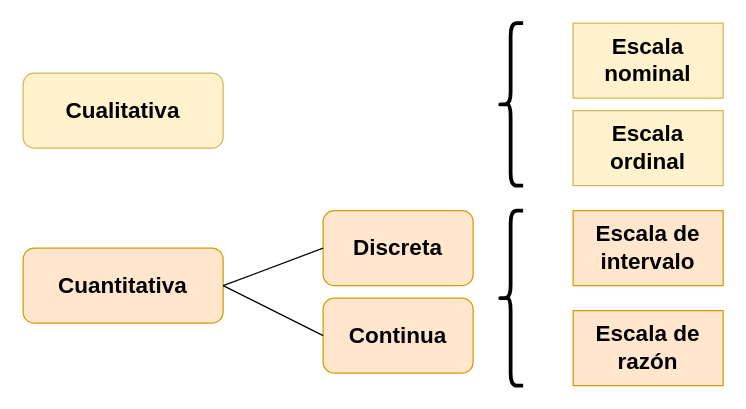
dgonxalex80/metodosySIM1 keeps this draw.io diagram as docs/img/escalas.drawio. Above is the earlier version. Source tidied: cells renumbered, new cells numbered last; positions are measured from the earlier drawing's top-left corner, leaving out a move shared by most shapes. Both pictures are drawn from the tidied source at 125%, with x=0, y=0 at pixel (22, 22).
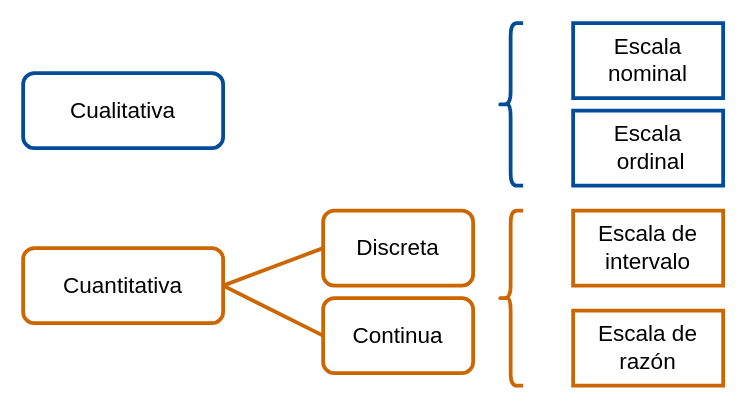
The same page after the edit.

Change to the diagram source:
```diff
@@
 <mxGraphModel>
   <root>
     <mxCell id="0" />
     <mxCell id="1" parent="0" />
-    <mxCell id="2" value="Cualitativa" style="rounded=1;whiteSpace=wrap;html=1;labelBackgroundColor=none;fontFamily=Helvetica;fontSize=18;fillColor=#fff2cc;strokeColor=#d6b656;fontStyle=1;" parent="1" vertex="1">
+    <mxCell id="2" value="Cualitativa" style="rounded=1;whiteSpace=wrap;html=1;labelBackgroundColor=none;fontFamily=Helvetica;fontSize=18;fillColor=none;strokeColor=#004C99;fontStyle=0;strokeWidth=3;" parent="1" vertex="1">
       <mxGeometry y="40" width="160" height="60" as="geometry" />
     </mxCell>
-    <mxCell id="3" value="Cuantitativa" style="rounded=1;whiteSpace=wrap;html=1;labelBackgroundColor=none;fontFamily=Helvetica;fontSize=18;fillColor=#ffe6cc;strokeColor=#d79b00;fontStyle=1;" parent="1" vertex="1">
+    <mxCell id="3" value="Cuantitativa" style="rounded=1;whiteSpace=wrap;html=1;labelBackgroundColor=none;fontFamily=Helvetica;fontSize=18;fillColor=none;strokeColor=#CC6600;fontStyle=0;strokeWidth=3;" parent="1" vertex="1">
       <mxGeometry y="180" width="160" height="60" as="geometry" />
     </mxCell>
-    <mxCell id="4" value="Discreta" style="rounded=1;whiteSpace=wrap;html=1;labelBackgroundColor=none;fontFamily=Helvetica;fontSize=18;fillColor=#ffe6cc;strokeColor=#d79b00;fontStyle=1;" parent="1" vertex="1">
+    <mxCell id="4" value="Discreta" style="rounded=1;whiteSpace=wrap;html=1;labelBackgroundColor=none;fontFamily=Helvetica;fontSize=18;fillColor=none;strokeColor=#CC6600;fontStyle=0;strokeWidth=3;" parent="1" vertex="1">
       <mxGeometry x="240" y="150" width="120" height="60" as="geometry" />
     </mxCell>
-    <mxCell id="5" value="Continua" style="rounded=1;whiteSpace=wrap;html=1;labelBackgroundColor=none;fontFamily=Helvetica;fontSize=18;fillColor=#ffe6cc;strokeColor=#d79b00;fontStyle=1;" parent="1" vertex="1">
+    <mxCell id="5" value="Continua" style="rounded=1;whiteSpace=wrap;html=1;labelBackgroundColor=none;fontFamily=Helvetica;fontSize=18;fillColor=none;strokeColor=#CC6600;fontStyle=0;strokeWidth=3;" parent="1" vertex="1">
       <mxGeometry x="240" y="220" width="120" height="60" as="geometry" />
     </mxCell>
-    <mxCell id="6" style="endArrow=none;html=1;fontFamily=Helvetica;fontSize=18;exitX=1;exitY=0.5;exitDx=0;exitDy=0;entryX=0;entryY=0.5;entryDx=0;entryDy=0;" parent="1" edge="1" source="3" target="5">
+    <mxCell id="6" style="endArrow=none;html=1;fontFamily=Helvetica;fontSize=18;exitX=1;exitY=0.5;exitDx=0;exitDy=0;entryX=0;entryY=0.5;entryDx=0;entryDy=0;strokeWidth=3;strokeColor=#CC6600;fontStyle=0;" parent="1" edge="1" source="3" target="5">
       <mxGeometry relative="1" as="geometry" />
     </mxCell>
-    <mxCell id="7" style="endArrow=none;html=1;fontFamily=Helvetica;fontSize=18;entryX=1;entryY=0.5;entryDx=0;entryDy=0;exitX=0;exitY=0.5;exitDx=0;exitDy=0;" parent="1" edge="1" source="4" target="3">
+    <mxCell id="7" style="endArrow=none;html=1;fontFamily=Helvetica;fontSize=18;entryX=1;entryY=0.5;entryDx=0;entryDy=0;exitX=0;exitY=0.5;exitDx=0;exitDy=0;strokeWidth=3;strokeColor=#CC6600;fontStyle=0;" parent="1" edge="1" source="4" target="3">
       <mxGeometry relative="1" as="geometry" />
     </mxCell>
-    <mxCell id="8" value="Escala de intervalo" style="rounded=0;whiteSpace=wrap;html=1;fontSize=18;fontStyle=1;fontFamily=Helvetica;fillColor=#ffe6cc;strokeColor=#d79b00;" parent="1" vertex="1">
+    <mxCell id="8" value="Escala de intervalo" style="rounded=0;whiteSpace=wrap;html=1;fontSize=18;fontStyle=0;fontFamily=Helvetica;fillColor=none;strokeColor=#CC6600;strokeWidth=3;" parent="1" vertex="1">
       <mxGeometry x="440" y="150" width="120" height="60" as="geometry" />
     </mxCell>
-    <mxCell id="9" value="Escala de razón" style="rounded=0;whiteSpace=wrap;html=1;fontSize=18;fontStyle=1;fontFamily=Helvetica;fillColor=#ffe6cc;strokeColor=#d79b00;" parent="1" vertex="1">
+    <mxCell id="9" value="Escala de razón" style="rounded=0;whiteSpace=wrap;html=1;fontSize=18;fontStyle=0;fontFamily=Helvetica;fillColor=none;strokeColor=#CC6600;strokeWidth=3;" parent="1" vertex="1">
       <mxGeometry x="440" y="230" width="120" height="60" as="geometry" />
     </mxCell>
-    <mxCell id="10" value="Escala nominal" style="rounded=0;whiteSpace=wrap;html=1;fontSize=18;fontStyle=1;fontFamily=Helvetica;fillColor=#fff2cc;strokeColor=#d6b656;" parent="1" vertex="1">
+    <mxCell id="10" value="Escala nominal" style="rounded=0;whiteSpace=wrap;html=1;fontSize=18;fontStyle=0;fontFamily=Helvetica;fillColor=none;strokeColor=#004C99;strokeWidth=3;" parent="1" vertex="1">
       <mxGeometry x="440" width="120" height="60" as="geometry" />
     </mxCell>
-    <mxCell id="11" value="Escala ordinal" style="rounded=0;whiteSpace=wrap;html=1;fontSize=18;fontStyle=1;fontFamily=Helvetica;fillColor=#fff2cc;strokeColor=#d6b656;" parent="1" vertex="1">
+    <mxCell id="11" value="Escala&lt;br&gt;&amp;nbsp;ordinal" style="rounded=0;whiteSpace=wrap;html=1;fontSize=18;fontStyle=0;fontFamily=Helvetica;fillColor=none;strokeColor=#004C99;strokeWidth=3;" parent="1" vertex="1">
       <mxGeometry x="440" y="70" width="120" height="60" as="geometry" />
     </mxCell>
-    <mxCell id="12" style="shape=curlyBracket;whiteSpace=wrap;html=1;rounded=1;fontFamily=Helvetica;strokeWidth=3;" parent="1" vertex="1">
+    <mxCell id="12" style="shape=curlyBracket;whiteSpace=wrap;html=1;rounded=1;fontFamily=Helvetica;strokeWidth=3;strokeColor=#CC6600;fontStyle=0;" parent="1" vertex="1">
       <mxGeometry x="380" y="150" width="20" height="140" as="geometry" />
     </mxCell>
-    <mxCell id="13" style="shape=curlyBracket;whiteSpace=wrap;html=1;rounded=1;fontFamily=Helvetica;strokeWidth=3;" parent="1" vertex="1">
+    <mxCell id="13" style="shape=curlyBracket;whiteSpace=wrap;html=1;rounded=1;fontFamily=Helvetica;strokeWidth=3;strokeColor=#004C99;fontStyle=0;" parent="1" vertex="1">
       <mxGeometry x="380" width="20" height="130" as="geometry" />
     </mxCell>
   </root>
 </mxGraphModel>
```
